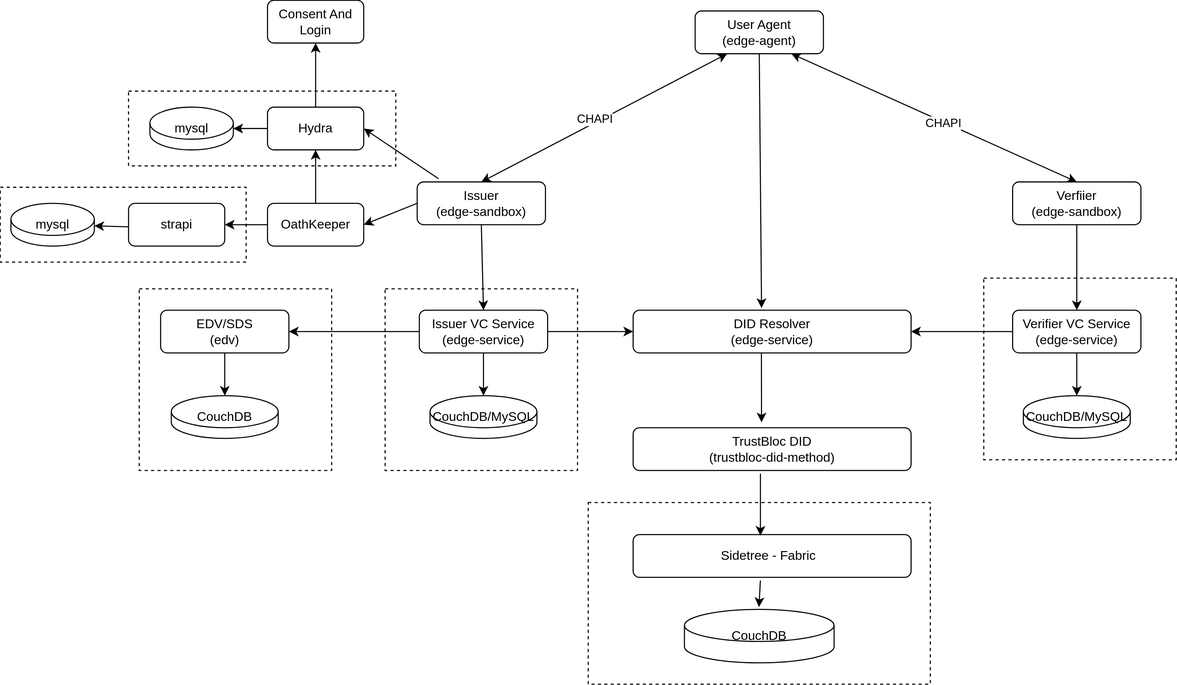
Above: docs/source/images/vcs_component_diagram.svg in trustbloc/docs (draw.io), before the change. Source tidied: cells renumbered, new cells last; positions are measured from the earlier drawing's top-left corner, leaving out a move shared by most shapes.
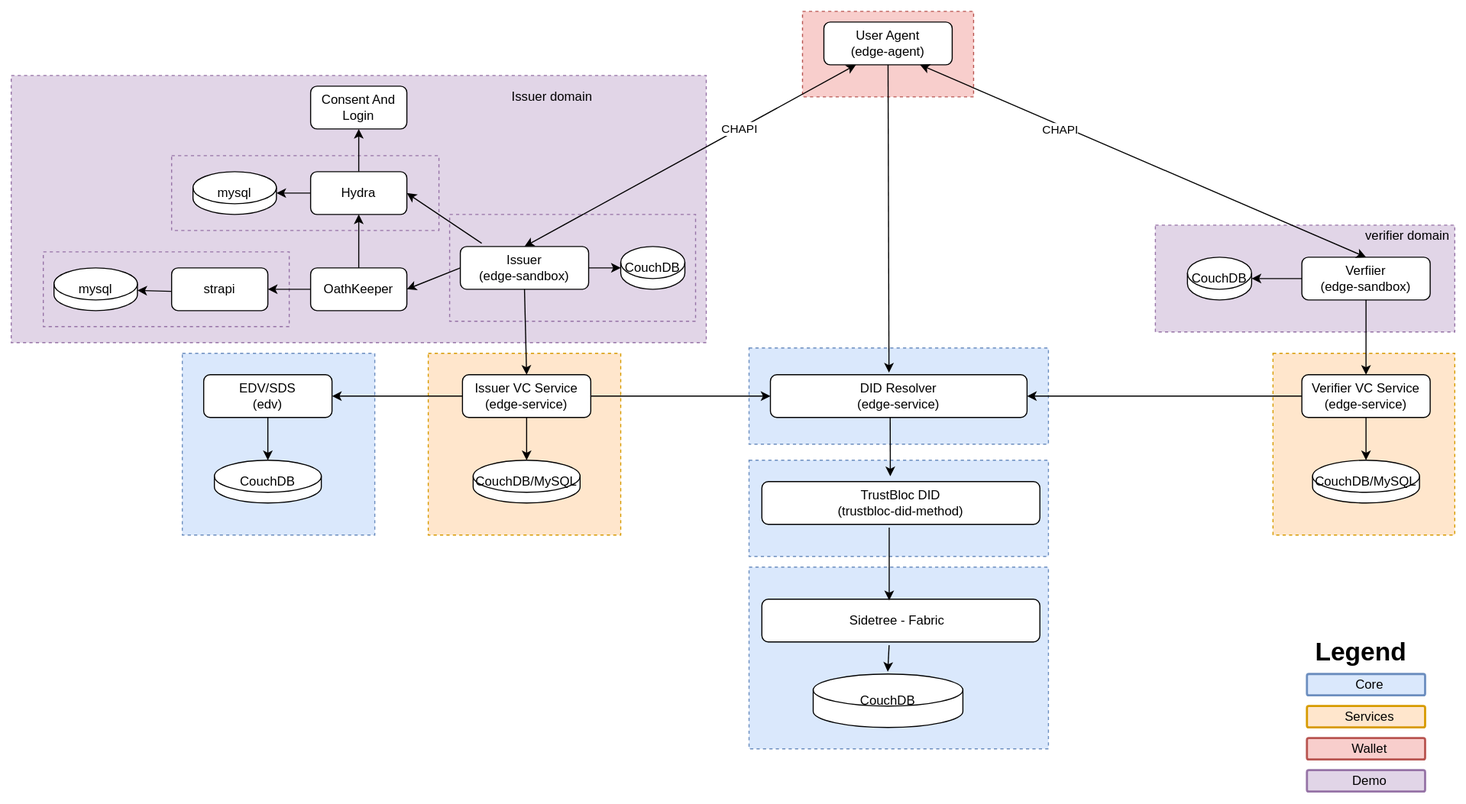
Above is the later version.

Commit message:
docs: Update component diagram (colour code components)

The edit, as a diff of the source:
```diff
@@ -2,45 +2,69 @@
   <root>
     <mxCell id="0" />
     <mxCell id="1" parent="0" />
-    <mxCell id="2" style="rounded=0;whiteSpace=wrap;html=1;dashed=1;" parent="1" vertex="1">
-      <mxGeometry x="120" y="85" width="250" height="70" as="geometry" />
-    </mxCell>
-    <mxCell id="3" style="rounded=0;whiteSpace=wrap;html=1;dashed=1;" parent="1" vertex="1">
-      <mxGeometry y="175" width="230" height="70" as="geometry" />
-    </mxCell>
-    <mxCell id="4" style="rounded=0;whiteSpace=wrap;html=1;dashed=1;" parent="1" vertex="1">
-      <mxGeometry x="130" y="270" width="180" height="170" as="geometry" />
-    </mxCell>
-    <mxCell id="5" style="rounded=0;whiteSpace=wrap;html=1;dashed=1;" parent="1" vertex="1">
-      <mxGeometry x="550" y="470" width="320" height="170" as="geometry" />
-    </mxCell>
-    <mxCell id="6" style="rounded=0;whiteSpace=wrap;html=1;dashed=1;" parent="1" vertex="1">
-      <mxGeometry x="360" y="270" width="180" height="170" as="geometry" />
-    </mxCell>
-    <mxCell id="7" style="rounded=0;whiteSpace=wrap;html=1;dashed=1;" parent="1" vertex="1">
-      <mxGeometry x="920" y="260" width="180" height="170" as="geometry" />
-    </mxCell>
+    <mxCell id="50" style="rounded=0;whiteSpace=wrap;html=1;dashed=1;fillColor=#f8cecc;strokeColor=#b85450;" parent="1" vertex="1">
+      <mxGeometry x="1540" y="-90" width="160" height="80" as="geometry" />
+    </mxCell>
+    <mxCell id="51" style="rounded=0;whiteSpace=wrap;html=1;dashed=1;fillColor=#dae8fc;strokeColor=#6c8ebf;" parent="1" vertex="1">
+      <mxGeometry x="1490" y="225" width="280" height="90" as="geometry" />
+    </mxCell>
+    <mxCell id="52" style="rounded=0;whiteSpace=wrap;html=1;dashed=1;fillColor=#dae8fc;strokeColor=#6c8ebf;" parent="1" vertex="1">
+      <mxGeometry x="1490" y="330" width="280" height="90" as="geometry" />
+    </mxCell>
+    <mxCell id="53" style="rounded=0;whiteSpace=wrap;html=1;dashed=1;fillColor=#e1d5e7;strokeColor=#9673a6;" parent="1" vertex="1">
+      <mxGeometry x="800" y="-30" width="650" height="250" as="geometry" />
+    </mxCell>
+    <mxCell id="54" style="rounded=0;whiteSpace=wrap;html=1;dashed=1;fillColor=#e1d5e7;strokeColor=#9673a6;" parent="1" vertex="1">
+      <mxGeometry x="1210" y="100" width="230" height="100" as="geometry" />
+    </mxCell>
+    <mxCell id="55" style="rounded=0;whiteSpace=wrap;html=1;dashed=1;fillColor=#e1d5e7;strokeColor=#9673a6;" parent="1" vertex="1">
+      <mxGeometry x="1870" y="110" width="280" height="100" as="geometry" />
+    </mxCell>
+    <mxCell id="56" style="rounded=0;whiteSpace=wrap;html=1;dashed=1;fillColor=#e1d5e7;strokeColor=#9673a6;" parent="1" vertex="1">
+      <mxGeometry x="950" y="45" width="250" height="70" as="geometry" />
+    </mxCell>
+    <mxCell id="57" style="rounded=0;whiteSpace=wrap;html=1;dashed=1;fillColor=#e1d5e7;strokeColor=#9673a6;" parent="1" vertex="1">
+      <mxGeometry x="830" y="135" width="230" height="70" as="geometry" />
+    </mxCell>
+    <mxCell id="58" style="rounded=0;whiteSpace=wrap;html=1;dashed=1;fillColor=#dae8fc;strokeColor=#6c8ebf;" parent="1" vertex="1">
+      <mxGeometry x="960" y="230" width="180" height="170" as="geometry" />
+    </mxCell>
+    <mxCell id="59" style="rounded=0;whiteSpace=wrap;html=1;dashed=1;fillColor=#dae8fc;strokeColor=#6c8ebf;" parent="1" vertex="1">
+      <mxGeometry x="1490" y="430" width="280" height="170" as="geometry" />
+    </mxCell>
+    <mxCell id="60" style="rounded=0;whiteSpace=wrap;html=1;dashed=1;fillColor=#ffe6cc;strokeColor=#d79b00;" parent="1" vertex="1">
+      <mxGeometry x="1190" y="230" width="180" height="170" as="geometry" />
+    </mxCell>
+    <mxCell id="61" style="rounded=0;whiteSpace=wrap;html=1;dashed=1;fillColor=#ffe6cc;strokeColor=#d79b00;" parent="1" vertex="1">
+      <mxGeometry x="1980" y="230" width="170" height="170" as="geometry" />
+    </mxCell>
+    <mxCell id="62" style="edgeStyle=orthogonalEdgeStyle;rounded=0;jettySize=auto;html=1;" parent="1" edge="1" source="8" target="80">
+      <mxGeometry relative="1" as="geometry" />
+    </mxCell>
     <mxCell id="8" value="Issuer&lt;br&gt;(edge-sandbox)" style="rounded=1;whiteSpace=wrap;html=1;" parent="1" vertex="1">
-      <mxGeometry x="390" y="170" width="120" height="40" as="geometry" />
+      <mxGeometry x="1220" y="130" width="120" height="40" as="geometry" />
     </mxCell>
     <mxCell id="9" value="Sidetree - Fabric&amp;nbsp;&amp;nbsp;" style="rounded=1;whiteSpace=wrap;html=1;" parent="1" vertex="1">
-      <mxGeometry x="592" y="500" width="260" height="40" as="geometry" />
+      <mxGeometry x="1502" y="460" width="260" height="40" as="geometry" />
     </mxCell>
     <mxCell id="10" value="DID Resolver&lt;br&gt;(edge-service)" style="rounded=1;whiteSpace=wrap;html=1;" parent="1" vertex="1">
-      <mxGeometry x="592" y="290" width="260" height="40" as="geometry" />
+      <mxGeometry x="1510" y="250" width="240" height="40" as="geometry" />
     </mxCell>
-    <mxCell id="11" style="endArrow=classic;html=1;entryX=0.462;entryY=-0.125;entryDx=0;entryDy=0;entryPerimeter=0;" parent="1" edge="1" target="32">
-      <mxGeometry relative="1" as="geometry">
-        <mxPoint x="712" y="330" as="sourcePoint" />
-      </mxGeometry>
-    </mxCell>
+    <mxCell id="63" style="endArrow=classic;html=1;entryX=0.462;entryY=-0.125;entryDx=0;entryDy=0;entryPerimeter=0;" parent="1" edge="1" target="32">
+      <mxGeometry relative="1" as="geometry">
+        <mxPoint x="1622" y="290" as="sourcePoint" />
+      </mxGeometry>
+    </mxCell>
+    <mxCell id="64" style="edgeStyle=orthogonalEdgeStyle;rounded=0;jettySize=auto;html=1;" parent="1" edge="1" source="12" target="81">
+      <mxGeometry relative="1" as="geometry" />
+    </mxCell>
     <mxCell id="12" value="Verfiier&lt;br&gt;(edge-sandbox)" style="rounded=1;whiteSpace=wrap;html=1;" parent="1" vertex="1">
-      <mxGeometry x="947" y="170" width="120" height="40" as="geometry" />
+      <mxGeometry x="2007" y="140" width="120" height="40" as="geometry" />
     </mxCell>
     <mxCell id="13" value="User Agent&lt;br&gt;(edge-agent)" style="rounded=1;whiteSpace=wrap;html=1;" parent="1" vertex="1">
-      <mxGeometry x="650" y="10" width="120" height="40" as="geometry" />
+      <mxGeometry x="1560" y="-80" width="120" height="40" as="geometry" />
     </mxCell>
-    <mxCell id="14" style="endArrow=classic;html=1;exitX=1;exitY=0.5;exitDx=0;exitDy=0;entryX=0;entryY=0.5;entryDx=0;entryDy=0;" parent="1" edge="1" source="21" target="10">
+    <mxCell id="14" style="endArrow=classic;html=1;exitX=1;exitY=0.5;exitDx=0;exitDy=0;" parent="1" edge="1" source="21" target="10">
       <mxGeometry relative="1" as="geometry" />
     </mxCell>
     <mxCell id="15" style="endArrow=classic;html=1;exitX=0;exitY=0.5;exitDx=0;exitDy=0;entryX=1;entryY=0.5;entryDx=0;entryDy=0;" parent="1" edge="1" source="18" target="10">
@@ -49,26 +73,26 @@
     <mxCell id="16" style="endArrow=classic;html=1;exitX=0.5;exitY=1;exitDx=0;exitDy=0;entryX=0.462;entryY=-0.05;entryDx=0;entryDy=0;entryPerimeter=0;" parent="1" edge="1" source="13" target="10">
       <mxGeometry relative="1" as="geometry" />
     </mxCell>
-    <mxCell id="17" style="edgeStyle=orthogonalEdgeStyle;rounded=0;jettySize=auto;html=1;" parent="1" edge="1" source="18" target="44">
-      <mxGeometry relative="1" as="geometry" />
-    </mxCell>
+    <mxCell id="65" style="edgeStyle=orthogonalEdgeStyle;rounded=0;jettySize=auto;html=1;" parent="1" edge="1" source="18" target="74">
+      <mxGeometry relative="1" as="geometry" />
+    </mxCell>
     <mxCell id="18" value="Verifier VC Service&lt;br&gt;(edge-service)" style="rounded=1;whiteSpace=wrap;html=1;" parent="1" vertex="1">
-      <mxGeometry x="947" y="290" width="120" height="40" as="geometry" />
+      <mxGeometry x="2007" y="250" width="120" height="40" as="geometry" />
     </mxCell>
-    <mxCell id="19" style="edgeStyle=orthogonalEdgeStyle;rounded=0;jettySize=auto;html=1;" parent="1" edge="1" source="21" target="45">
-      <mxGeometry relative="1" as="geometry" />
-    </mxCell>
+    <mxCell id="66" style="edgeStyle=orthogonalEdgeStyle;rounded=0;jettySize=auto;html=1;" parent="1" edge="1" source="21" target="75">
+      <mxGeometry relative="1" as="geometry" />
+    </mxCell>
     <mxCell id="20" style="edgeStyle=orthogonalEdgeStyle;rounded=0;jettySize=auto;html=1;" parent="1" edge="1" source="21" target="23">
       <mxGeometry relative="1" as="geometry" />
     </mxCell>
     <mxCell id="21" value="Issuer VC Service&lt;br&gt;(edge-service)" style="rounded=1;whiteSpace=wrap;html=1;" parent="1" vertex="1">
-      <mxGeometry x="392" y="290" width="120" height="40" as="geometry" />
+      <mxGeometry x="1222" y="250" width="120" height="40" as="geometry" />
     </mxCell>
-    <mxCell id="22" style="edgeStyle=orthogonalEdgeStyle;rounded=0;jettySize=auto;html=1;" parent="1" edge="1" source="23" target="46">
-      <mxGeometry relative="1" as="geometry" />
-    </mxCell>
+    <mxCell id="67" style="edgeStyle=orthogonalEdgeStyle;rounded=0;jettySize=auto;html=1;" parent="1" edge="1" source="23" target="76">
+      <mxGeometry relative="1" as="geometry" />
+    </mxCell>
     <mxCell id="23" value="EDV/SDS&lt;br&gt;(edv)" style="rounded=1;whiteSpace=wrap;html=1;" parent="1" vertex="1">
-      <mxGeometry x="150" y="290" width="120" height="40" as="geometry" />
+      <mxGeometry x="980" y="250" width="120" height="40" as="geometry" />
     </mxCell>
     <mxCell id="24" style="endArrow=classic;html=1;entryX=0.5;entryY=0;entryDx=0;entryDy=0;exitX=0.5;exitY=1;exitDx=0;exitDy=0;" parent="1" edge="1" source="8" target="21">
       <mxGeometry relative="1" as="geometry" />
@@ -79,80 +103,111 @@
     <mxCell id="26" style="endArrow=classic;startArrow=classic;html=1;entryX=0.25;entryY=1;entryDx=0;entryDy=0;exitX=0.5;exitY=0;exitDx=0;exitDy=0;" parent="1" edge="1" source="8" target="13">
       <mxGeometry relative="1" as="geometry" />
     </mxCell>
-    <mxCell id="27" value="CHAPI" style="edgeLabel;html=1;align=center;verticalAlign=middle;" parent="26" vertex="1">
-      <mxGeometry x="-0.06" y="4" relative="1" as="geometry" />
-    </mxCell>
+    <mxCell id="68" value="CHAPI" style="edgeLabel;html=1;align=center;verticalAlign=middle;" parent="26" vertex="1">
+      <mxGeometry x="-0.06" y="4" relative="1" as="geometry">
+        <mxPoint x="57.2" y="-27.2" as="offset" />
+      </mxGeometry>
+    </mxCell>
     <mxCell id="28" style="endArrow=classic;startArrow=classic;html=1;entryX=0.75;entryY=1;entryDx=0;entryDy=0;exitX=0.5;exitY=0;exitDx=0;exitDy=0;" parent="1" edge="1" source="12" target="13">
       <mxGeometry relative="1" as="geometry" />
     </mxCell>
-    <mxCell id="29" value="CHAPI" style="edgeLabel;html=1;align=center;verticalAlign=middle;" parent="28" vertex="1">
-      <mxGeometry x="-0.07" y="1" relative="1" as="geometry" />
-    </mxCell>
-    <mxCell id="30" value="CouchDB" style="shape=cylinder2;whiteSpace=wrap;html=1;boundedLbl=1;backgroundOutline=1;size=15;" parent="1" vertex="1">
-      <mxGeometry x="640" y="570" width="140" height="50" as="geometry" />
-    </mxCell>
-    <mxCell id="31" style="endArrow=classic;html=1;entryX=0.498;entryY=-0.043;entryDx=0;entryDy=0;entryPerimeter=0;" parent="1" edge="1" target="30">
-      <mxGeometry relative="1" as="geometry">
-        <mxPoint x="711" y="543" as="sourcePoint" />
-      </mxGeometry>
-    </mxCell>
+    <mxCell id="69" value="CHAPI" style="edgeLabel;html=1;align=center;verticalAlign=middle;" parent="28" vertex="1">
+      <mxGeometry x="-0.07" y="1" relative="1" as="geometry">
+        <mxPoint x="-92" y="-36.9" as="offset" />
+      </mxGeometry>
+    </mxCell>
+    <mxCell id="70" value="CouchDB" style="shape=cylinder2;whiteSpace=wrap;html=1;boundedLbl=1;backgroundOutline=1;size=15;" parent="1" vertex="1">
+      <mxGeometry x="1550" y="530" width="140" height="50" as="geometry" />
+    </mxCell>
+    <mxCell id="71" style="endArrow=classic;html=1;entryX=0.498;entryY=-0.043;entryDx=0;entryDy=0;entryPerimeter=0;" parent="1" edge="1" target="70">
+      <mxGeometry relative="1" as="geometry">
+        <mxPoint x="1621" y="503" as="sourcePoint" />
+      </mxGeometry>
+    </mxCell>
     <mxCell id="32" value="TrustBloc DID&lt;br&gt;(trustbloc-did-method)" style="rounded=1;whiteSpace=wrap;html=1;" parent="1" vertex="1">
-      <mxGeometry x="592" y="400" width="260" height="40" as="geometry" />
+      <mxGeometry x="1502" y="350" width="260" height="40" as="geometry" />
     </mxCell>
     <mxCell id="33" style="endArrow=classic;html=1;entryX=0.458;entryY=0.025;entryDx=0;entryDy=0;entryPerimeter=0;exitX=0.458;exitY=1.075;exitDx=0;exitDy=0;exitPerimeter=0;" parent="1" edge="1" source="32" target="9">
       <mxGeometry relative="1" as="geometry" />
     </mxCell>
     <mxCell id="34" value="OathKeeper" style="rounded=1;whiteSpace=wrap;html=1;" parent="1" vertex="1">
-      <mxGeometry x="250" y="190" width="90" height="40" as="geometry" />
+      <mxGeometry x="1080" y="150" width="90" height="40" as="geometry" />
     </mxCell>
     <mxCell id="35" style="edgeStyle=orthogonalEdgeStyle;rounded=0;jettySize=auto;html=1;" parent="1" edge="1" source="36" target="40">
       <mxGeometry relative="1" as="geometry" />
     </mxCell>
     <mxCell id="36" value="Hydra" style="rounded=1;whiteSpace=wrap;html=1;" parent="1" vertex="1">
-      <mxGeometry x="250" y="100" width="90" height="40" as="geometry" />
+      <mxGeometry x="1080" y="60" width="90" height="40" as="geometry" />
     </mxCell>
     <mxCell id="37" value="strapi" style="rounded=1;whiteSpace=wrap;html=1;" parent="1" vertex="1">
-      <mxGeometry x="120" y="190" width="90" height="40" as="geometry" />
+      <mxGeometry x="950" y="150" width="90" height="40" as="geometry" />
     </mxCell>
-    <mxCell id="38" style="endArrow=classic;html=1;entryX=1;entryY=0.5;entryDx=0;entryDy=0;" parent="1" edge="1" target="36">
-      <mxGeometry relative="1" as="geometry">
-        <mxPoint x="410" y="167" as="sourcePoint" />
-      </mxGeometry>
-    </mxCell>
+    <mxCell id="72" style="endArrow=classic;html=1;entryX=1;entryY=0.5;entryDx=0;entryDy=0;" parent="1" edge="1" target="36">
+      <mxGeometry relative="1" as="geometry">
+        <mxPoint x="1240" y="127" as="sourcePoint" />
+      </mxGeometry>
+    </mxCell>
     <mxCell id="39" style="endArrow=classic;html=1;entryX=1;entryY=0.5;entryDx=0;entryDy=0;exitX=0;exitY=0.5;exitDx=0;exitDy=0;" parent="1" edge="1" source="8" target="34">
       <mxGeometry relative="1" as="geometry" />
     </mxCell>
     <mxCell id="40" value="Consent And Login" style="rounded=1;whiteSpace=wrap;html=1;" parent="1" vertex="1">
-      <mxGeometry x="250" width="90" height="40" as="geometry" />
+      <mxGeometry x="1080" y="-20" width="90" height="40" as="geometry" />
     </mxCell>
     <mxCell id="41" style="endArrow=classic;html=1;exitX=0;exitY=0.5;exitDx=0;exitDy=0;entryX=1;entryY=0.5;entryDx=0;entryDy=0;" parent="1" edge="1" source="34" target="37">
       <mxGeometry relative="1" as="geometry" />
     </mxCell>
-    <mxCell id="42" value="mysql" style="shape=cylinder2;whiteSpace=wrap;html=1;boundedLbl=1;backgroundOutline=1;size=15;" parent="1" vertex="1">
-      <mxGeometry x="140" y="100" width="78" height="40" as="geometry" />
-    </mxCell>
+    <mxCell id="73" value="mysql" style="shape=cylinder2;whiteSpace=wrap;html=1;boundedLbl=1;backgroundOutline=1;size=15;" parent="1" vertex="1">
+      <mxGeometry x="970" y="60" width="78" height="40" as="geometry" />
+    </mxCell>
     <mxCell id="43" style="endArrow=classic;html=1;" parent="1" edge="1" source="34" target="36">
       <mxGeometry relative="1" as="geometry" />
     </mxCell>
-    <mxCell id="44" value="CouchDB/MySQL" style="shape=cylinder2;whiteSpace=wrap;html=1;boundedLbl=1;backgroundOutline=1;size=15;" parent="1" vertex="1">
-      <mxGeometry x="957" y="370" width="100" height="40" as="geometry" />
-    </mxCell>
-    <mxCell id="45" value="CouchDB/MySQL" style="shape=cylinder2;whiteSpace=wrap;html=1;boundedLbl=1;backgroundOutline=1;size=15;" parent="1" vertex="1">
-      <mxGeometry x="402" y="370" width="100" height="40" as="geometry" />
-    </mxCell>
-    <mxCell id="46" value="CouchDB" style="shape=cylinder2;whiteSpace=wrap;html=1;boundedLbl=1;backgroundOutline=1;size=15;" parent="1" vertex="1">
-      <mxGeometry x="160" y="370" width="100" height="40" as="geometry" />
-    </mxCell>
-    <mxCell id="47" value="mysql" style="shape=cylinder2;whiteSpace=wrap;html=1;boundedLbl=1;backgroundOutline=1;size=15;" parent="1" vertex="1">
-      <mxGeometry x="10" y="190" width="78" height="40" as="geometry" />
-    </mxCell>
-    <mxCell id="48" style="endArrow=classic;html=1;" parent="1" edge="1" target="47">
-      <mxGeometry relative="1" as="geometry">
-        <mxPoint x="120" y="212" as="sourcePoint" />
-      </mxGeometry>
-    </mxCell>
-    <mxCell id="49" style="endArrow=classic;html=1;exitX=0;exitY=0.5;exitDx=0;exitDy=0;" parent="1" edge="1" source="36" target="42">
-      <mxGeometry relative="1" as="geometry" />
-    </mxCell>
+    <mxCell id="74" value="CouchDB/MySQL" style="shape=cylinder2;whiteSpace=wrap;html=1;boundedLbl=1;backgroundOutline=1;size=15;" parent="1" vertex="1">
+      <mxGeometry x="2017" y="330" width="100" height="40" as="geometry" />
+    </mxCell>
+    <mxCell id="75" value="CouchDB/MySQL" style="shape=cylinder2;whiteSpace=wrap;html=1;boundedLbl=1;backgroundOutline=1;size=15;" parent="1" vertex="1">
+      <mxGeometry x="1232" y="330" width="100" height="40" as="geometry" />
+    </mxCell>
+    <mxCell id="76" value="CouchDB" style="shape=cylinder2;whiteSpace=wrap;html=1;boundedLbl=1;backgroundOutline=1;size=15;" parent="1" vertex="1">
+      <mxGeometry x="990" y="330" width="100" height="40" as="geometry" />
+    </mxCell>
+    <mxCell id="77" value="mysql" style="shape=cylinder2;whiteSpace=wrap;html=1;boundedLbl=1;backgroundOutline=1;size=15;" parent="1" vertex="1">
+      <mxGeometry x="840" y="150" width="78" height="40" as="geometry" />
+    </mxCell>
+    <mxCell id="78" style="endArrow=classic;html=1;" parent="1" edge="1" target="77">
+      <mxGeometry relative="1" as="geometry">
+        <mxPoint x="950" y="172" as="sourcePoint" />
+      </mxGeometry>
+    </mxCell>
+    <mxCell id="79" style="endArrow=classic;html=1;exitX=0;exitY=0.5;exitDx=0;exitDy=0;" parent="1" edge="1" source="36" target="73">
+      <mxGeometry relative="1" as="geometry" />
+    </mxCell>
+    <mxCell id="80" value="CouchDB" style="shape=cylinder2;whiteSpace=wrap;html=1;boundedLbl=1;backgroundOutline=1;size=15;" parent="1" vertex="1">
+      <mxGeometry x="1370" y="130" width="60" height="40" as="geometry" />
+    </mxCell>
+    <mxCell id="81" value="CouchDB" style="shape=cylinder2;whiteSpace=wrap;html=1;boundedLbl=1;backgroundOutline=1;size=15;" parent="1" vertex="1">
+      <mxGeometry x="1900" y="140" width="60" height="40" as="geometry" />
+    </mxCell>
+    <mxCell id="82" value="Issuer domain" style="text;html=1;strokeColor=none;fillColor=none;align=center;verticalAlign=middle;whiteSpace=wrap;rounded=0;" parent="1" vertex="1">
+      <mxGeometry x="1262" y="-20" width="88" height="20" as="geometry" />
+    </mxCell>
+    <mxCell id="83" value="verifier domain" style="text;html=1;strokeColor=none;fillColor=none;align=center;verticalAlign=middle;whiteSpace=wrap;rounded=0;" parent="1" vertex="1">
+      <mxGeometry x="2062" y="110" width="88" height="20" as="geometry" />
+    </mxCell>
+    <mxCell id="84" value="Services" style="rounded=1;arcSize=9;fillColor=#ffe6cc;align=center;spacingLeft=5;strokeColor=#d79b00;html=1;strokeWidth=2;fontSize=12;" parent="1" vertex="1">
+      <mxGeometry x="2011.8" y="560" width="110.5" height="20" as="geometry" />
+    </mxCell>
+    <mxCell id="85" value="Core" style="rounded=1;arcSize=9;fillColor=#dae8fc;align=center;spacingLeft=5;strokeColor=#6c8ebf;html=1;strokeWidth=2;fontSize=12;" parent="1" vertex="1">
+      <mxGeometry x="2011.8" y="530" width="110.5" height="20" as="geometry" />
+    </mxCell>
+    <mxCell id="86" value="Wallet" style="rounded=1;arcSize=9;fillColor=#f8cecc;align=center;spacingLeft=5;strokeColor=#b85450;html=1;strokeWidth=2;fontSize=12;" parent="1" vertex="1">
+      <mxGeometry x="2011.8" y="590" width="110.5" height="20" as="geometry" />
+    </mxCell>
+    <mxCell id="87" value="Legend" style="text;strokeColor=none;fillColor=none;html=1;fontSize=24;fontStyle=1;verticalAlign=middle;align=center;" parent="1" vertex="1">
+      <mxGeometry x="2011.8" y="490" width="100" height="40" as="geometry" />
+    </mxCell>
+    <mxCell id="88" value="Demo" style="rounded=1;arcSize=9;fillColor=#e1d5e7;align=center;spacingLeft=5;strokeColor=#9673a6;html=1;strokeWidth=2;fontSize=12;" parent="1" vertex="1">
+      <mxGeometry x="2011.8" y="620" width="110.5" height="20" as="geometry" />
+    </mxCell>
   </root>
 </mxGraphModel>
```
